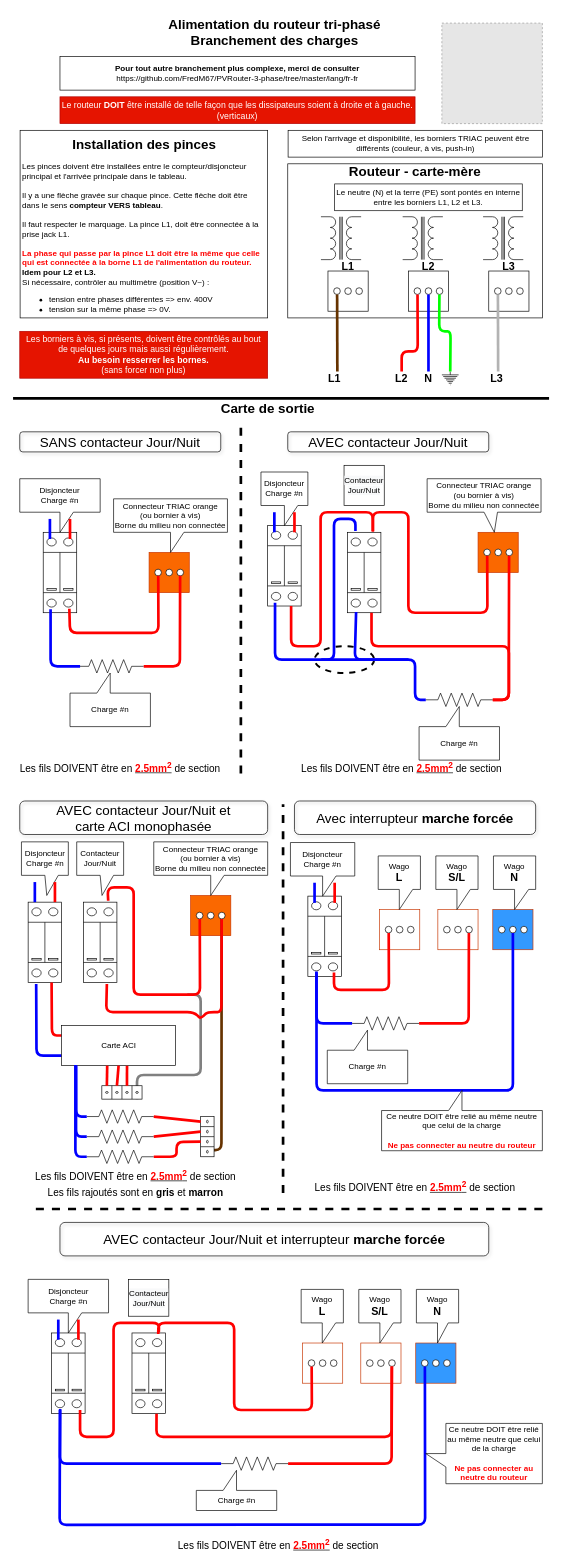
FredM67/PVRouter-3-phase keeps this draw.io diagram as docs/HowToInstall.drawio. Above is the earlier version. Source tidied: cells renumbered, new cells numbered last; positions are measured from the earlier drawing's top-left corner, leaving out a move shared by most shapes. Both pictures are drawn from the tidied source at 67%, with x=0, y=0 at pixel (13, 15). Pictures stored in the file or linked from it are replaced by grey dashed boxes.
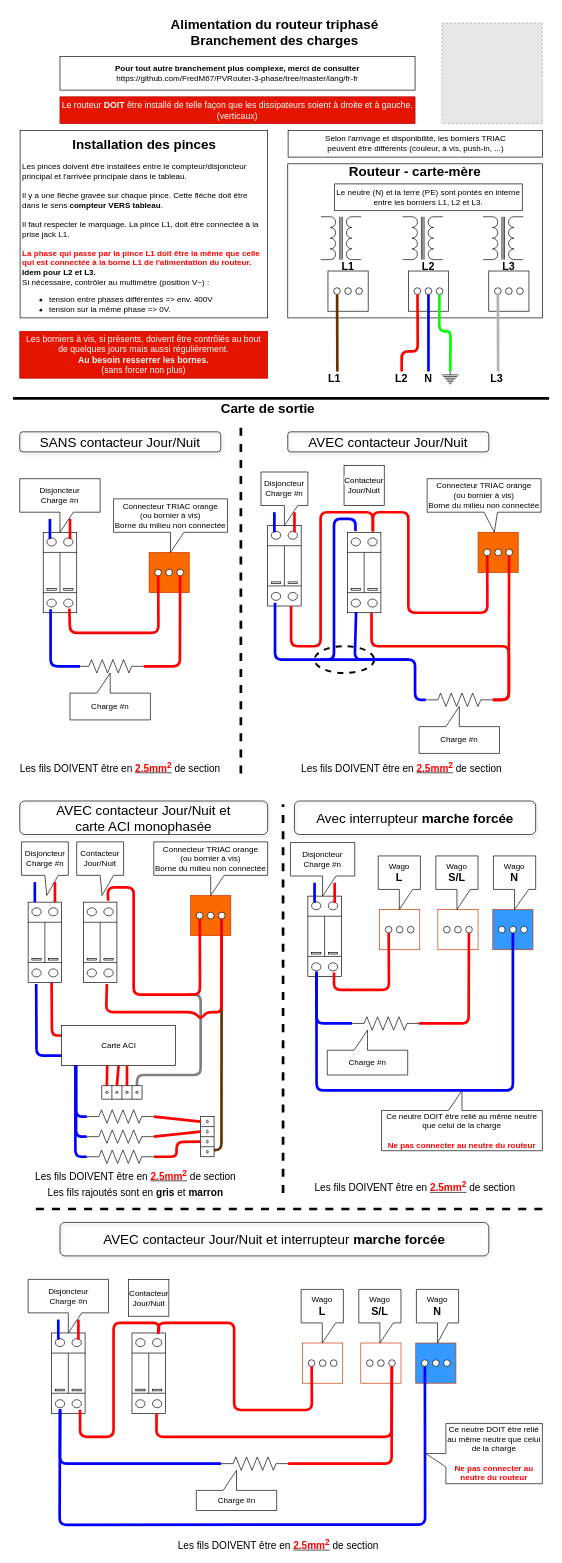
After the change.

The edit, as a diff of the source:
```diff
@@
     <mxCell id="10" value="Charge #n" style="shape=callout;whiteSpace=wrap;html=1;perimeter=calloutPerimeter;direction=west;" parent="1" vertex="1">
-      <mxGeometry x="85" y="982" width="120" height="80" as="geometry" />
+      <mxGeometry x="85" y="982" width="120" height="70" as="geometry" />
     </mxCell>
@@
-    <mxCell id="24" value="Alimentation du routeur tri-phasé&lt;br&gt;Branchement des charges" style="text;html=1;align=center;verticalAlign=middle;fontStyle=1;fontSize=20;" parent="1" vertex="1">
-      <mxGeometry x="224.5" width="330" height="50" as="geometry" />
+    <mxCell id="24" value="Alimentation du routeur triphasé&lt;br&gt;Branchement des charges" style="text;html=1;align=center;verticalAlign=middle;fontStyle=1;fontSize=20;" parent="1" vertex="1">
+      <mxGeometry x="224.5" y="-5" width="330" height="60" as="geometry" />
     </mxCell>
@@
     <mxCell id="32" value="Charge #n" style="shape=callout;whiteSpace=wrap;html=1;perimeter=calloutPerimeter;direction=west;" parent="1" vertex="1">
-      <mxGeometry x="606" y="1032" width="120" height="80" as="geometry" />
+      <mxGeometry x="606" y="1032" width="120" height="70" as="geometry" />
     </mxCell>
@@
     <mxCell id="50" value="Charge #n" style="shape=callout;whiteSpace=wrap;html=1;perimeter=calloutPerimeter;direction=west;" parent="1" vertex="1">
-      <mxGeometry x="469" y="1515" width="120" height="80" as="geometry" />
+      <mxGeometry x="469" y="1515" width="120" height="67" as="geometry" />
     </mxCell>
@@
-    <mxCell id="128" value="&lt;font face=&quot;helvetica&quot;&gt;Selon l'arrivage et disponibilité, les borniers TRIAC peuvent être différents (couleur, à vis, push-in)&lt;/font&gt;" style="rounded=0;whiteSpace=wrap;html=1;" parent="1" vertex="1">
+    <mxCell id="128" value="&lt;font face=&quot;helvetica&quot;&gt;Selon l'arrivage et disponibilité, les borniers TRIAC&lt;br&gt;peuvent être différents (couleur, à vis, push-in, ...)&lt;/font&gt;" style="rounded=0;whiteSpace=wrap;html=1;" parent="1" vertex="1">
       <mxGeometry x="410.5" y="172" width="379.5" height="40" as="geometry" />
     </mxCell>
```
